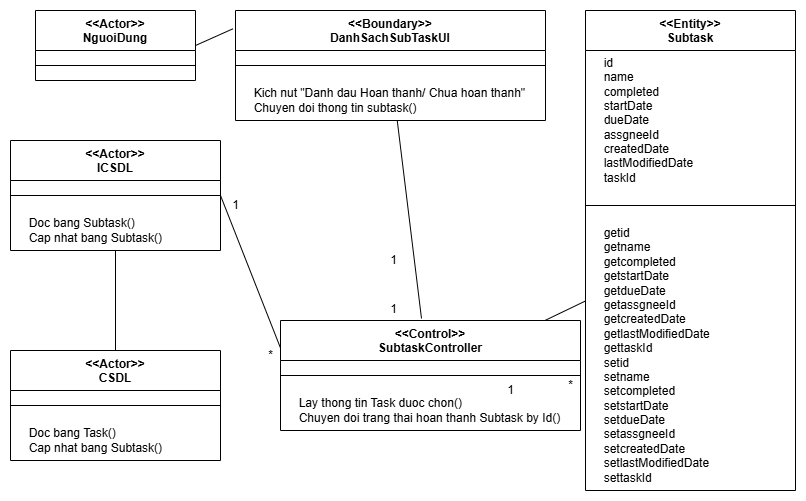
Before: Báo Cáo/VOPC/VPOC-Update Subtask Status.drawio.png, a diagram exported from draw.io (chickenlazy/college). Source tidied: cells renumbered, new cells last; positions are measured from the earlier drawing's top-left corner, leaving out a move shared by most shapes.
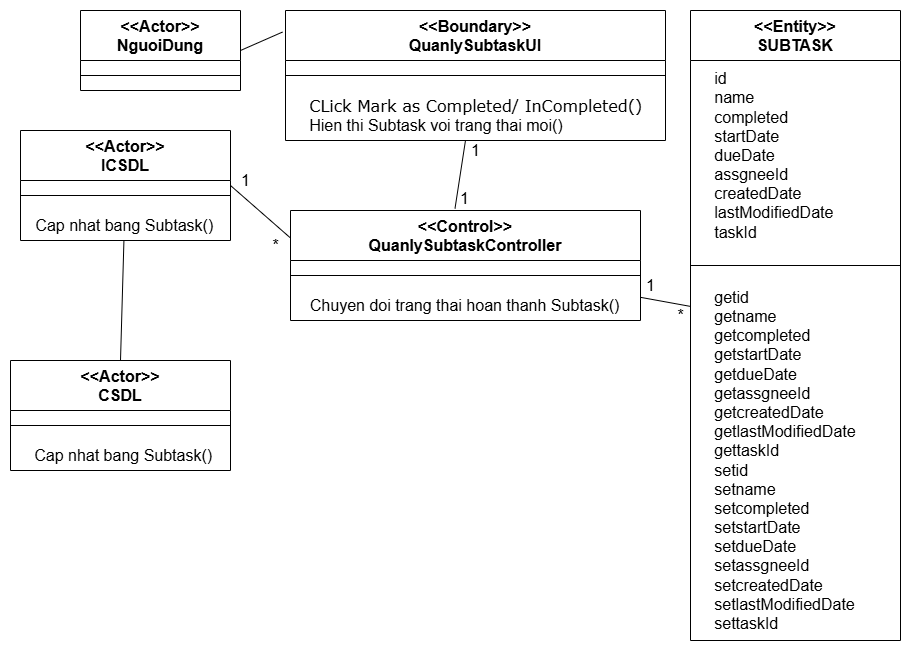
The same file after the commit.

What changed in the source:
```diff
@@ -2,92 +2,92 @@
   <root>
     <mxCell id="0" />
     <mxCell id="1" parent="0" />
-    <mxCell id="2" value="&amp;lt;&amp;lt;Actor&amp;gt;&amp;gt;&lt;div&gt;NguoiDung&lt;/div&gt;" style="swimlane;fontStyle=1;align=center;verticalAlign=top;horizontal=1;startSize=40;whiteSpace=wrap;html=1;" parent="1" vertex="1">
-      <mxGeometry x="25" width="160" height="70" as="geometry" />
+    <mxCell id="2" value="&amp;lt;&amp;lt;Actor&amp;gt;&amp;gt;&lt;div&gt;NguoiDung&lt;/div&gt;" style="swimlane;fontStyle=1;align=center;verticalAlign=top;horizontal=1;startSize=50;whiteSpace=wrap;html=1;fontSize=16;" parent="1" vertex="1">
+      <mxGeometry x="-35" width="160" height="80" as="geometry" />
     </mxCell>
-    <mxCell id="3" style="line;strokeWidth=1;fillColor=none;align=left;verticalAlign=middle;spacingTop=-1;spacingLeft=3;spacingRight=3;labelPosition=right;strokeColor=inherit;" parent="2" vertex="1">
-      <mxGeometry y="40" width="160" height="30" as="geometry" />
+    <mxCell id="3" style="line;strokeWidth=1;fillColor=none;align=left;verticalAlign=middle;spacingTop=-1;spacingLeft=3;spacingRight=3;labelPosition=right;strokeColor=inherit;fontSize=16;" parent="2" vertex="1">
+      <mxGeometry y="50" width="160" height="30" as="geometry" />
     </mxCell>
-    <mxCell id="4" value="&amp;lt;&amp;lt;Boundary&amp;gt;&amp;gt;&lt;div&gt;DanhSachSubTaskUI&lt;/div&gt;" style="swimlane;fontStyle=1;align=center;verticalAlign=top;horizontal=1;startSize=40;whiteSpace=wrap;html=1;" parent="1" vertex="1">
-      <mxGeometry x="225" width="310" height="110" as="geometry" />
+    <mxCell id="4" value="&amp;lt;&amp;lt;Boundary&amp;gt;&amp;gt;&lt;div&gt;QuanlySubtaskUI&lt;/div&gt;" style="swimlane;fontStyle=1;align=center;verticalAlign=top;horizontal=1;startSize=50;whiteSpace=wrap;html=1;fontSize=16;" parent="1" vertex="1">
+      <mxGeometry x="170" width="380" height="130" as="geometry" />
     </mxCell>
-    <mxCell id="5" style="line;strokeWidth=1;fillColor=none;align=left;verticalAlign=middle;spacingTop=-1;spacingLeft=3;spacingRight=3;labelPosition=right;strokeColor=inherit;" parent="4" vertex="1">
-      <mxGeometry y="40" width="310" height="30" as="geometry" />
+    <mxCell id="5" style="line;strokeWidth=1;fillColor=none;align=left;verticalAlign=middle;spacingTop=-1;spacingLeft=3;spacingRight=3;labelPosition=right;strokeColor=inherit;fontSize=16;" parent="4" vertex="1">
+      <mxGeometry y="50" width="380" height="30" as="geometry" />
     </mxCell>
-    <mxCell id="6" value="&amp;nbsp; &amp;nbsp; &amp;nbsp;Kich nut &quot;Danh dau Hoan thanh/ Chua hoan thanh&quot;&lt;br&gt;&lt;div&gt;&lt;span style=&quot;background-color: transparent; color: light-dark(rgb(0, 0, 0), rgb(255, 255, 255));&quot;&gt;&amp;nbsp; &amp;nbsp; &amp;nbsp;&lt;/span&gt;Chuyen doi thong tin subtask()&lt;/div&gt;" style="text;html=1;align=left;verticalAlign=middle;strokeColor=none;fillColor=none;" parent="4" vertex="1">
-      <mxGeometry y="70" width="310" height="40" as="geometry" />
+    <mxCell id="6" value="&amp;nbsp; &amp;nbsp; &amp;nbsp;&lt;span style=&quot;font-family: Verdana; text-align: center;&quot;&gt;CLick Mark as Completed/ InCompleted()&lt;/span&gt;&lt;br&gt;&lt;div&gt;&lt;span style=&quot;background-color: transparent; color: light-dark(rgb(0, 0, 0), rgb(255, 255, 255));&quot;&gt;&amp;nbsp; &amp;nbsp; &amp;nbsp;Hien thi Subtask voi trang thai moi()&lt;/span&gt;&lt;/div&gt;" style="text;html=1;align=left;verticalAlign=middle;strokeColor=none;fillColor=none;fontSize=16;" parent="4" vertex="1">
+      <mxGeometry y="80" width="380" height="50" as="geometry" />
     </mxCell>
-    <mxCell id="7" value="&amp;lt;&amp;lt;Control&amp;gt;&amp;gt;&lt;div&gt;SubtaskController&lt;/div&gt;" style="swimlane;fontStyle=1;align=center;verticalAlign=top;horizontal=1;startSize=40;whiteSpace=wrap;html=1;" parent="1" vertex="1">
-      <mxGeometry x="270" y="310" width="300" height="110" as="geometry" />
+    <mxCell id="7" value="&amp;lt;&amp;lt;Control&amp;gt;&amp;gt;&lt;div&gt;QuanlySubtaskController&lt;/div&gt;" style="swimlane;fontStyle=1;align=center;verticalAlign=top;horizontal=1;startSize=50;whiteSpace=wrap;html=1;fontSize=16;" parent="1" vertex="1">
+      <mxGeometry x="175" y="200" width="350" height="110" as="geometry" />
     </mxCell>
-    <mxCell id="8" style="line;strokeWidth=1;fillColor=none;align=left;verticalAlign=middle;spacingTop=-1;spacingLeft=3;spacingRight=3;labelPosition=right;strokeColor=inherit;" parent="7" vertex="1">
-      <mxGeometry y="40" width="300" height="30" as="geometry" />
+    <mxCell id="8" style="line;strokeWidth=1;fillColor=none;align=left;verticalAlign=middle;spacingTop=-1;spacingLeft=3;spacingRight=3;labelPosition=right;strokeColor=inherit;fontSize=16;" parent="7" vertex="1">
+      <mxGeometry y="50" width="350" height="30" as="geometry" />
     </mxCell>
-    <mxCell id="9" value="&amp;nbsp; &amp;nbsp; &amp;nbsp;Lay thong tin Task duoc chon()&lt;div&gt;&amp;nbsp; &amp;nbsp; &amp;nbsp;Chuyen doi trang thai hoan thanh Subtask by Id()&lt;/div&gt;" style="text;html=1;align=left;verticalAlign=middle;strokeColor=none;fillColor=none;" parent="7" vertex="1">
-      <mxGeometry y="70" width="300" height="40" as="geometry" />
+    <mxCell id="9" value="&lt;div&gt;&amp;nbsp; &amp;nbsp; Chuyen doi trang thai hoan thanh Subtask()&lt;/div&gt;" style="text;html=1;align=left;verticalAlign=middle;strokeColor=none;fillColor=none;fontSize=16;" parent="7" vertex="1">
+      <mxGeometry y="80" width="350" height="30" as="geometry" />
     </mxCell>
-    <mxCell id="10" value="&amp;lt;&amp;lt;Actor&amp;gt;&amp;gt;&lt;div&gt;CSDL&lt;/div&gt;" style="swimlane;fontStyle=1;align=center;verticalAlign=top;horizontal=1;startSize=40;whiteSpace=wrap;html=1;" parent="1" vertex="1">
-      <mxGeometry y="340" width="210" height="110" as="geometry" />
+    <mxCell id="10" value="&amp;lt;&amp;lt;Actor&amp;gt;&amp;gt;&lt;div&gt;CSDL&lt;/div&gt;" style="swimlane;fontStyle=1;align=center;verticalAlign=top;horizontal=1;startSize=50;whiteSpace=wrap;html=1;fontSize=16;" parent="1" vertex="1">
+      <mxGeometry x="-105" y="350" width="220" height="110" as="geometry" />
     </mxCell>
-    <mxCell id="11" style="line;strokeWidth=1;fillColor=none;align=left;verticalAlign=middle;spacingTop=-1;spacingLeft=3;spacingRight=3;labelPosition=right;strokeColor=inherit;" parent="10" vertex="1">
-      <mxGeometry y="40" width="210" height="30" as="geometry" />
+    <mxCell id="11" style="line;strokeWidth=1;fillColor=none;align=left;verticalAlign=middle;spacingTop=-1;spacingLeft=3;spacingRight=3;labelPosition=right;strokeColor=inherit;fontSize=16;" parent="10" vertex="1">
+      <mxGeometry y="50" width="220" height="30" as="geometry" />
     </mxCell>
-    <mxCell id="12" value="&amp;nbsp; &amp;nbsp; &amp;nbsp;Doc bang Task()&lt;div&gt;&amp;nbsp; &amp;nbsp; &amp;nbsp;Cap nhat bang Subtask()&lt;/div&gt;" style="text;html=1;align=left;verticalAlign=middle;strokeColor=none;fillColor=none;" parent="10" vertex="1">
-      <mxGeometry y="70" width="210" height="40" as="geometry" />
+    <mxCell id="12" value="&lt;div&gt;&amp;nbsp; &amp;nbsp; &amp;nbsp;Cap nhat bang Subtask()&lt;/div&gt;" style="text;html=1;align=left;verticalAlign=middle;strokeColor=none;fillColor=none;fontSize=16;" parent="10" vertex="1">
+      <mxGeometry y="80" width="220" height="30" as="geometry" />
     </mxCell>
-    <mxCell id="13" value="&amp;lt;&amp;lt;Actor&amp;gt;&amp;gt;&lt;div&gt;ICSDL&lt;/div&gt;" style="swimlane;fontStyle=1;align=center;verticalAlign=top;horizontal=1;startSize=40;whiteSpace=wrap;html=1;" parent="1" vertex="1">
-      <mxGeometry y="130" width="210" height="110" as="geometry" />
+    <mxCell id="13" value="&amp;lt;&amp;lt;Actor&amp;gt;&amp;gt;&lt;div&gt;ICSDL&lt;/div&gt;" style="swimlane;fontStyle=1;align=center;verticalAlign=top;horizontal=1;startSize=50;whiteSpace=wrap;html=1;fontSize=16;" parent="1" vertex="1">
+      <mxGeometry x="-95" y="120" width="210" height="110" as="geometry" />
     </mxCell>
-    <mxCell id="14" style="line;strokeWidth=1;fillColor=none;align=left;verticalAlign=middle;spacingTop=-1;spacingLeft=3;spacingRight=3;labelPosition=right;strokeColor=inherit;" parent="13" vertex="1">
-      <mxGeometry y="40" width="210" height="30" as="geometry" />
+    <mxCell id="14" style="line;strokeWidth=1;fillColor=none;align=left;verticalAlign=middle;spacingTop=-1;spacingLeft=3;spacingRight=3;labelPosition=right;strokeColor=inherit;fontSize=16;" parent="13" vertex="1">
+      <mxGeometry y="50" width="210" height="30" as="geometry" />
     </mxCell>
-    <mxCell id="15" value="&amp;nbsp; &amp;nbsp; &amp;nbsp;Doc bang Subtask()&lt;div&gt;&amp;nbsp; &amp;nbsp; &amp;nbsp;Cap nhat bang Subtask()&lt;/div&gt;" style="text;html=1;align=left;verticalAlign=middle;strokeColor=none;fillColor=none;" parent="13" vertex="1">
-      <mxGeometry y="70" width="210" height="40" as="geometry" />
+    <mxCell id="15" value="&amp;nbsp;&amp;nbsp;&lt;span style=&quot;background-color: transparent; color: light-dark(rgb(0, 0, 0), rgb(255, 255, 255));&quot;&gt;&amp;nbsp;Cap nhat bang Subtask()&lt;/span&gt;" style="text;html=1;align=left;verticalAlign=middle;strokeColor=none;fillColor=none;fontSize=16;" parent="13" vertex="1">
+      <mxGeometry y="80" width="210" height="30" as="geometry" />
     </mxCell>
-    <mxCell id="16" value="&amp;lt;&amp;lt;Entity&amp;gt;&amp;gt;&lt;div&gt;Subtask&lt;/div&gt;" style="swimlane;fontStyle=1;align=center;verticalAlign=top;horizontal=1;startSize=40;whiteSpace=wrap;html=1;" parent="1" vertex="1">
-      <mxGeometry x="575" width="210" height="480" as="geometry" />
+    <mxCell id="16" value="&amp;lt;&amp;lt;Entity&amp;gt;&amp;gt;&lt;div&gt;SUBTASK&lt;/div&gt;" style="swimlane;fontStyle=1;align=center;verticalAlign=top;horizontal=1;startSize=50;whiteSpace=wrap;html=1;fontSize=16;" parent="1" vertex="1">
+      <mxGeometry x="575" width="210" height="630" as="geometry" />
     </mxCell>
-    <mxCell id="17" value="&amp;nbsp; &amp;nbsp; &amp;nbsp;id&lt;div&gt;&amp;nbsp; &amp;nbsp; &amp;nbsp;name&lt;/div&gt;&lt;div&gt;&amp;nbsp; &amp;nbsp; &amp;nbsp;completed&lt;/div&gt;&lt;div&gt;&amp;nbsp; &amp;nbsp; &amp;nbsp;startDate&lt;/div&gt;&lt;div&gt;&amp;nbsp; &amp;nbsp; &amp;nbsp;dueDate&lt;/div&gt;&lt;div&gt;&amp;nbsp; &amp;nbsp; &amp;nbsp;assgneeId&lt;/div&gt;&lt;div&gt;&amp;nbsp; &amp;nbsp; &amp;nbsp;createdDate&lt;/div&gt;&lt;div&gt;&amp;nbsp; &amp;nbsp; &amp;nbsp;lastModifiedDate&lt;/div&gt;&lt;div&gt;&amp;nbsp; &amp;nbsp; &amp;nbsp;taskId&lt;/div&gt;" style="text;html=1;align=left;verticalAlign=middle;strokeColor=none;fillColor=none;" parent="16" vertex="1">
-      <mxGeometry y="40" width="210" height="140" as="geometry" />
+    <mxCell id="17" value="&amp;nbsp; &amp;nbsp; &amp;nbsp;id&lt;div&gt;&amp;nbsp; &amp;nbsp; &amp;nbsp;name&lt;/div&gt;&lt;div&gt;&amp;nbsp; &amp;nbsp; &amp;nbsp;completed&lt;/div&gt;&lt;div&gt;&amp;nbsp; &amp;nbsp; &amp;nbsp;startDate&lt;/div&gt;&lt;div&gt;&amp;nbsp; &amp;nbsp; &amp;nbsp;dueDate&lt;/div&gt;&lt;div&gt;&amp;nbsp; &amp;nbsp; &amp;nbsp;assgneeId&lt;/div&gt;&lt;div&gt;&amp;nbsp; &amp;nbsp; &amp;nbsp;createdDate&lt;/div&gt;&lt;div&gt;&amp;nbsp; &amp;nbsp; &amp;nbsp;lastModifiedDate&lt;/div&gt;&lt;div&gt;&amp;nbsp; &amp;nbsp; &amp;nbsp;taskId&lt;/div&gt;" style="text;html=1;align=left;verticalAlign=middle;strokeColor=none;fillColor=none;fontSize=16;" parent="16" vertex="1">
+      <mxGeometry y="50" width="210" height="190" as="geometry" />
     </mxCell>
-    <mxCell id="18" style="line;strokeWidth=1;fillColor=none;align=left;verticalAlign=middle;spacingTop=-1;spacingLeft=3;spacingRight=3;labelPosition=right;strokeColor=inherit;" parent="16" vertex="1">
-      <mxGeometry y="180" width="210" height="30" as="geometry" />
+    <mxCell id="18" style="line;strokeWidth=1;fillColor=none;align=left;verticalAlign=middle;spacingTop=-1;spacingLeft=3;spacingRight=3;labelPosition=right;strokeColor=inherit;fontSize=16;" parent="16" vertex="1">
+      <mxGeometry y="240" width="210" height="30" as="geometry" />
     </mxCell>
-    <mxCell id="19" value="&amp;nbsp; &amp;nbsp; &amp;nbsp;getid&lt;div&gt;&amp;nbsp; &amp;nbsp; &amp;nbsp;getname&lt;/div&gt;&lt;div&gt;&amp;nbsp; &amp;nbsp; &amp;nbsp;get&lt;span style=&quot;background-color: transparent; color: light-dark(rgb(0, 0, 0), rgb(255, 255, 255));&quot;&gt;completed&lt;/span&gt;&lt;/div&gt;&lt;div&gt;&amp;nbsp; &amp;nbsp; &amp;nbsp;getstartDate&lt;/div&gt;&lt;div&gt;&amp;nbsp; &amp;nbsp; &amp;nbsp;getdueDate&lt;/div&gt;&lt;div&gt;&amp;nbsp; &amp;nbsp; &amp;nbsp;get&lt;span style=&quot;background-color: transparent; color: light-dark(rgb(0, 0, 0), rgb(255, 255, 255));&quot;&gt;assgneeId&lt;/span&gt;&lt;/div&gt;&lt;div&gt;&amp;nbsp; &amp;nbsp; &amp;nbsp;getcreatedDate&lt;/div&gt;&lt;div&gt;&amp;nbsp; &amp;nbsp; &amp;nbsp;getlastModifiedDate&lt;/div&gt;&lt;div&gt;&amp;nbsp; &amp;nbsp; &amp;nbsp;get&lt;span style=&quot;background-color: transparent; color: light-dark(rgb(0, 0, 0), rgb(255, 255, 255));&quot;&gt;taskId&lt;/span&gt;&lt;/div&gt;&lt;div&gt;&amp;nbsp; &amp;nbsp; &amp;nbsp;setid&lt;div&gt;&amp;nbsp; &amp;nbsp; &amp;nbsp;setname&lt;/div&gt;&lt;div&gt;&amp;nbsp; &amp;nbsp; &amp;nbsp;set&lt;span style=&quot;background-color: transparent; color: light-dark(rgb(0, 0, 0), rgb(255, 255, 255));&quot;&gt;completed&lt;/span&gt;&lt;/div&gt;&lt;div&gt;&amp;nbsp; &amp;nbsp; &amp;nbsp;setstartDate&lt;/div&gt;&lt;div&gt;&amp;nbsp; &amp;nbsp; &amp;nbsp;setdueDate&lt;/div&gt;&lt;div&gt;&amp;nbsp; &amp;nbsp; &amp;nbsp;set&lt;span style=&quot;background-color: transparent; color: light-dark(rgb(0, 0, 0), rgb(255, 255, 255));&quot;&gt;assgneeId&lt;/span&gt;&lt;/div&gt;&lt;div&gt;&amp;nbsp; &amp;nbsp; &amp;nbsp;setcreatedDate&lt;/div&gt;&lt;div&gt;&amp;nbsp; &amp;nbsp; &amp;nbsp;setlastModifiedDate&lt;/div&gt;&lt;div&gt;&amp;nbsp; &amp;nbsp; &amp;nbsp;set&lt;span style=&quot;background-color: transparent; color: light-dark(rgb(0, 0, 0), rgb(255, 255, 255));&quot;&gt;taskId&lt;/span&gt;&lt;/div&gt;&lt;/div&gt;" style="text;html=1;align=left;verticalAlign=middle;strokeColor=none;fillColor=none;" parent="16" vertex="1">
-      <mxGeometry y="210" width="210" height="270" as="geometry" />
+    <mxCell id="19" value="&amp;nbsp; &amp;nbsp; &amp;nbsp;getid&lt;div&gt;&amp;nbsp; &amp;nbsp; &amp;nbsp;getname&lt;/div&gt;&lt;div&gt;&amp;nbsp; &amp;nbsp; &amp;nbsp;get&lt;span style=&quot;background-color: transparent; color: light-dark(rgb(0, 0, 0), rgb(255, 255, 255));&quot;&gt;completed&lt;/span&gt;&lt;/div&gt;&lt;div&gt;&amp;nbsp; &amp;nbsp; &amp;nbsp;getstartDate&lt;/div&gt;&lt;div&gt;&amp;nbsp; &amp;nbsp; &amp;nbsp;getdueDate&lt;/div&gt;&lt;div&gt;&amp;nbsp; &amp;nbsp; &amp;nbsp;get&lt;span style=&quot;background-color: transparent; color: light-dark(rgb(0, 0, 0), rgb(255, 255, 255));&quot;&gt;assgneeId&lt;/span&gt;&lt;/div&gt;&lt;div&gt;&amp;nbsp; &amp;nbsp; &amp;nbsp;getcreatedDate&lt;/div&gt;&lt;div&gt;&amp;nbsp; &amp;nbsp; &amp;nbsp;getlastModifiedDate&lt;/div&gt;&lt;div&gt;&amp;nbsp; &amp;nbsp; &amp;nbsp;get&lt;span style=&quot;background-color: transparent; color: light-dark(rgb(0, 0, 0), rgb(255, 255, 255));&quot;&gt;taskId&lt;/span&gt;&lt;/div&gt;&lt;div&gt;&amp;nbsp; &amp;nbsp; &amp;nbsp;setid&lt;div&gt;&amp;nbsp; &amp;nbsp; &amp;nbsp;setname&lt;/div&gt;&lt;div&gt;&amp;nbsp; &amp;nbsp; &amp;nbsp;set&lt;span style=&quot;background-color: transparent; color: light-dark(rgb(0, 0, 0), rgb(255, 255, 255));&quot;&gt;completed&lt;/span&gt;&lt;/div&gt;&lt;div&gt;&amp;nbsp; &amp;nbsp; &amp;nbsp;setstartDate&lt;/div&gt;&lt;div&gt;&amp;nbsp; &amp;nbsp; &amp;nbsp;setdueDate&lt;/div&gt;&lt;div&gt;&amp;nbsp; &amp;nbsp; &amp;nbsp;set&lt;span style=&quot;background-color: transparent; color: light-dark(rgb(0, 0, 0), rgb(255, 255, 255));&quot;&gt;assgneeId&lt;/span&gt;&lt;/div&gt;&lt;div&gt;&amp;nbsp; &amp;nbsp; &amp;nbsp;setcreatedDate&lt;/div&gt;&lt;div&gt;&amp;nbsp; &amp;nbsp; &amp;nbsp;setlastModifiedDate&lt;/div&gt;&lt;div&gt;&amp;nbsp; &amp;nbsp; &amp;nbsp;set&lt;span style=&quot;background-color: transparent; color: light-dark(rgb(0, 0, 0), rgb(255, 255, 255));&quot;&gt;taskId&lt;/span&gt;&lt;/div&gt;&lt;/div&gt;" style="text;html=1;align=left;verticalAlign=middle;strokeColor=none;fillColor=none;fontSize=16;" parent="16" vertex="1">
+      <mxGeometry y="270" width="210" height="360" as="geometry" />
     </mxCell>
-    <mxCell id="20" style="endArrow=none;html=1;rounded=0;exitX=1;exitY=0.5;exitDx=0;exitDy=0;entryX=-0.008;entryY=0.166;entryDx=0;entryDy=0;entryPerimeter=0;" parent="1" edge="1" source="2" target="4">
+    <mxCell id="20" style="endArrow=none;html=1;rounded=0;exitX=1;exitY=0.5;exitDx=0;exitDy=0;entryX=-0.008;entryY=0.166;entryDx=0;entryDy=0;entryPerimeter=0;fontSize=16;" parent="1" edge="1" source="2" target="4">
       <mxGeometry relative="1" as="geometry" />
     </mxCell>
-    <mxCell id="21" style="endArrow=none;html=1;rounded=0;exitX=0.5;exitY=0;exitDx=0;exitDy=0;" parent="1" edge="1" source="10" target="13">
+    <mxCell id="21" style="endArrow=none;html=1;rounded=0;exitX=0.5;exitY=0;exitDx=0;exitDy=0;fontSize=16;" parent="1" edge="1" source="10" target="13">
       <mxGeometry relative="1" as="geometry" />
     </mxCell>
-    <mxCell id="22" style="endArrow=none;html=1;rounded=0;exitX=0;exitY=0.25;exitDx=0;exitDy=0;entryX=1;entryY=0.5;entryDx=0;entryDy=0;" parent="1" edge="1" source="7" target="13">
+    <mxCell id="22" style="endArrow=none;html=1;rounded=0;exitX=0;exitY=0.25;exitDx=0;exitDy=0;entryX=1;entryY=0.5;entryDx=0;entryDy=0;fontSize=16;" parent="1" edge="1" source="7" target="13">
       <mxGeometry relative="1" as="geometry" />
     </mxCell>
-    <mxCell id="23" style="endArrow=none;html=1;rounded=0;" parent="1" edge="1" source="7" target="16">
+    <mxCell id="23" style="endArrow=none;html=1;rounded=0;fontSize=16;" parent="1" edge="1" source="7" target="16">
       <mxGeometry relative="1" as="geometry" />
     </mxCell>
-    <mxCell id="24" style="endArrow=none;html=1;rounded=0;exitX=0.47;exitY=-0.018;exitDx=0;exitDy=0;exitPerimeter=0;" parent="1" edge="1" source="7" target="4">
+    <mxCell id="24" style="endArrow=none;html=1;rounded=0;exitX=0.47;exitY=-0.018;exitDx=0;exitDy=0;exitPerimeter=0;fontSize=16;" parent="1" edge="1" source="7" target="4">
       <mxGeometry relative="1" as="geometry" />
     </mxCell>
-    <mxCell id="25" value="1" style="text;html=1;align=center;verticalAlign=middle;strokeColor=none;fillColor=none;" parent="1" vertex="1">
-      <mxGeometry x="485" y="365" width="30" height="30" as="geometry" />
+    <mxCell id="25" value="1" style="text;html=1;align=center;verticalAlign=middle;strokeColor=none;fillColor=none;fontSize=16;" parent="1" vertex="1">
+      <mxGeometry x="520" y="260" width="30" height="30" as="geometry" />
     </mxCell>
-    <mxCell id="26" value="*" style="text;html=1;align=center;verticalAlign=middle;strokeColor=none;fillColor=none;" parent="1" vertex="1">
-      <mxGeometry x="545" y="360" width="30" height="30" as="geometry" />
+    <mxCell id="26" value="*" style="text;html=1;align=center;verticalAlign=middle;strokeColor=none;fillColor=none;fontSize=16;" parent="1" vertex="1">
+      <mxGeometry x="550" y="290" width="30" height="30" as="geometry" />
     </mxCell>
-    <mxCell id="27" value="1" style="text;html=1;align=center;verticalAlign=middle;strokeColor=none;fillColor=none;" parent="1" vertex="1">
-      <mxGeometry x="210" y="180" width="30" height="30" as="geometry" />
+    <mxCell id="27" value="1" style="text;html=1;align=center;verticalAlign=middle;strokeColor=none;fillColor=none;fontSize=16;" parent="1" vertex="1">
+      <mxGeometry x="115" y="155" width="30" height="30" as="geometry" />
     </mxCell>
-    <mxCell id="28" value="*" style="text;html=1;align=center;verticalAlign=middle;strokeColor=none;fillColor=none;" parent="1" vertex="1">
-      <mxGeometry x="245" y="330" width="30" height="30" as="geometry" />
+    <mxCell id="28" value="*" style="text;html=1;align=center;verticalAlign=middle;strokeColor=none;fillColor=none;fontSize=16;" parent="1" vertex="1">
+      <mxGeometry x="145" y="220" width="30" height="30" as="geometry" />
     </mxCell>
-    <mxCell id="29" value="1" style="text;html=1;align=center;verticalAlign=middle;strokeColor=none;fillColor=none;" parent="1" vertex="1">
-      <mxGeometry x="368" y="235" width="30" height="30" as="geometry" />
+    <mxCell id="29" value="1" style="text;html=1;align=center;verticalAlign=middle;strokeColor=none;fillColor=none;fontSize=16;" parent="1" vertex="1">
+      <mxGeometry x="345" y="125" width="30" height="30" as="geometry" />
     </mxCell>
-    <mxCell id="30" value="1" style="text;html=1;align=center;verticalAlign=middle;strokeColor=none;fillColor=none;" parent="1" vertex="1">
-      <mxGeometry x="368" y="284" width="30" height="30" as="geometry" />
+    <mxCell id="30" value="1" style="text;html=1;align=center;verticalAlign=middle;strokeColor=none;fillColor=none;fontSize=16;" parent="1" vertex="1">
+      <mxGeometry x="334" y="173" width="30" height="30" as="geometry" />
     </mxCell>
   </root>
 </mxGraphModel>
```
